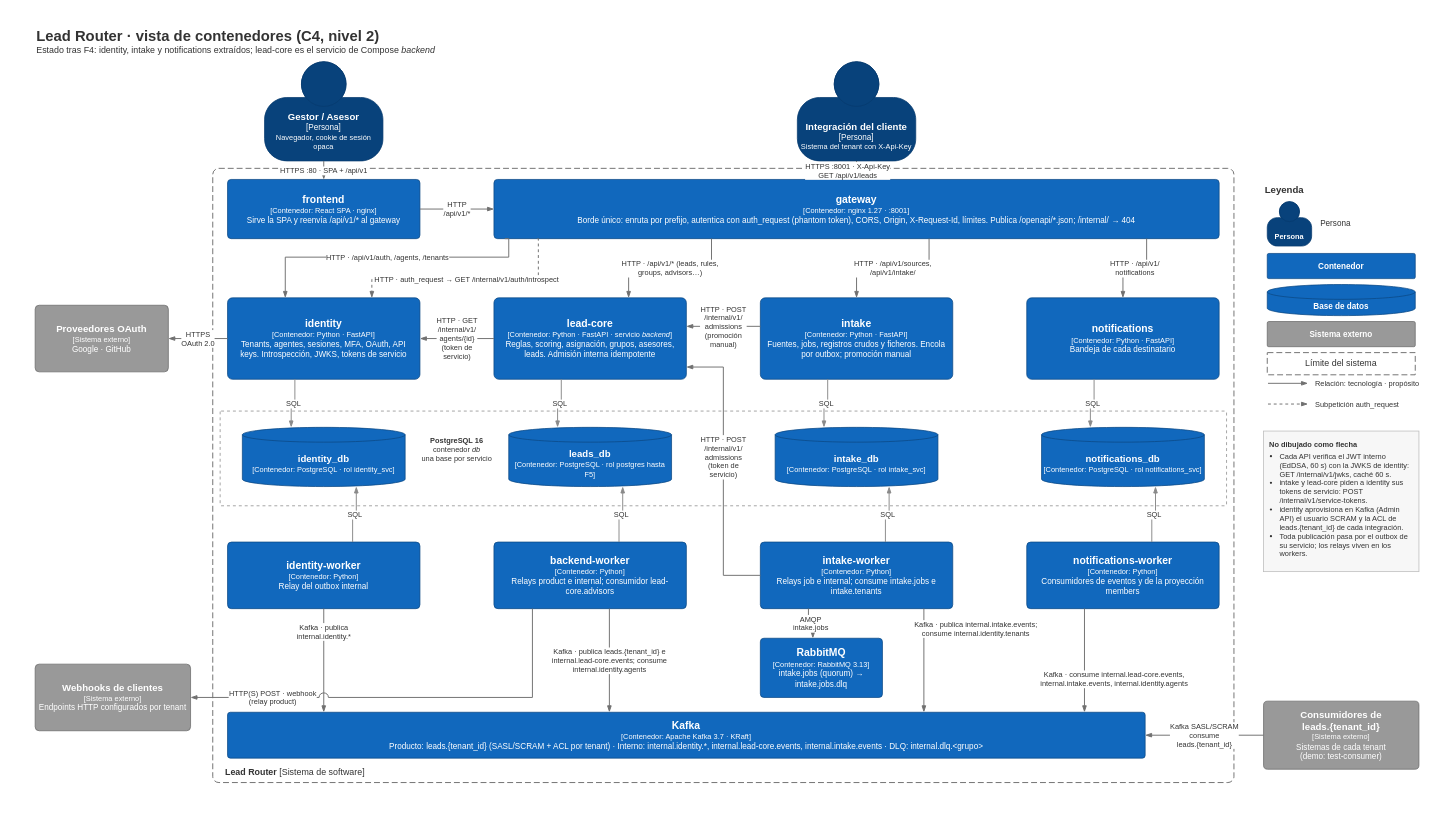
Above: docs/content/microservices/diagramas/c4-contenedores.drawio in MDCIrony/leads-hexa (draw.io), before the change. Source tidied: cells renumbered, new cells numbered last; positions are measured from the earlier drawing's top-left corner, leaving out a move shared by most shapes. Both pictures are drawn from the tidied source at 74%, with x=0, y=0 at pixel (13, 13).
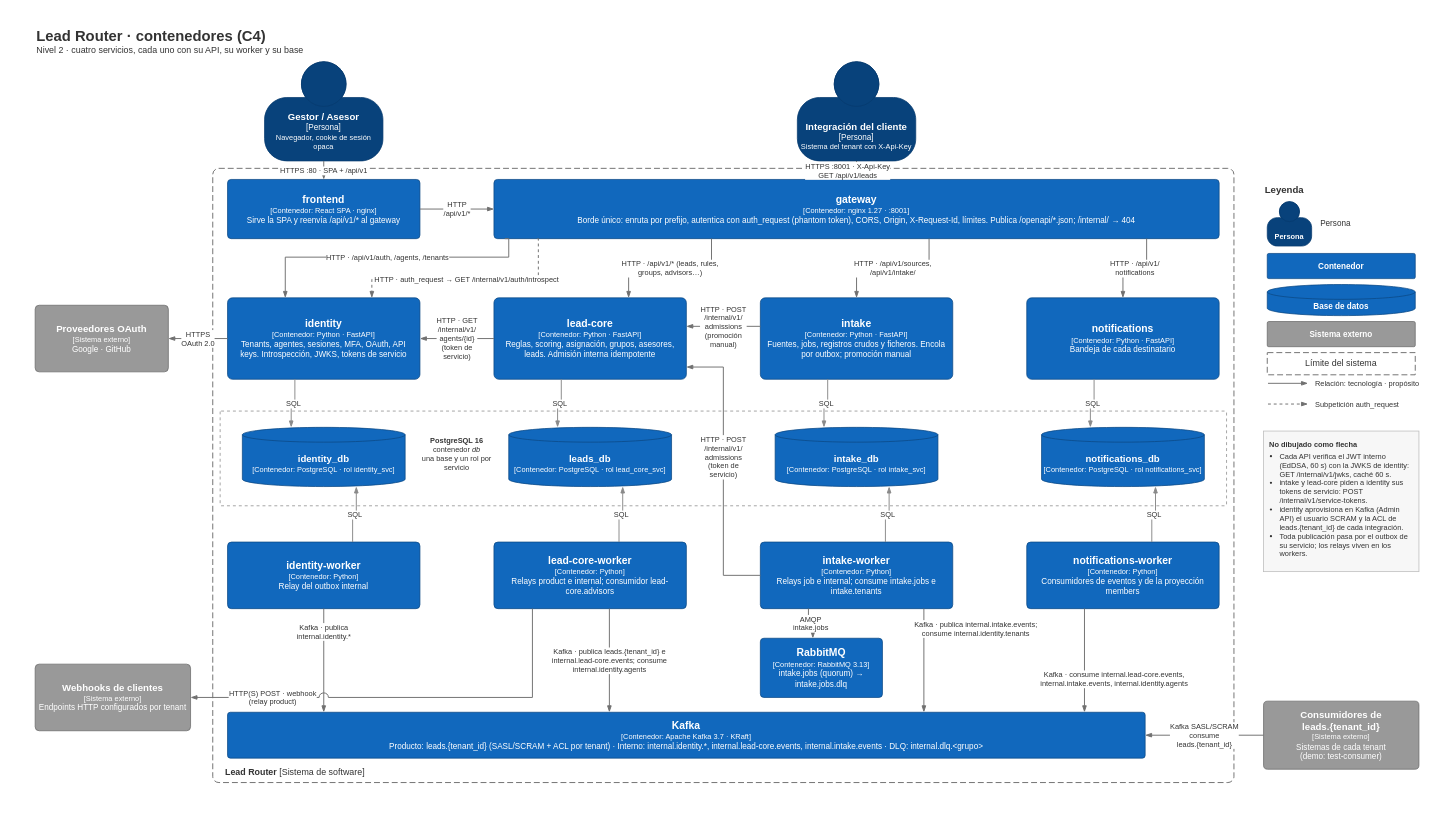
The same diagram, later.

Commit message (it also covers changes not shown here):
docs(microservices): diagrams of the final architecture

What changed in the source:
```diff
@@
-    <mxCell id="3" value="&lt;b style='font-size:20px'&gt;Lead Router · vista de contenedores (C4, nivel 2)&lt;/b&gt;&lt;br&gt;&lt;span style='font-size:12px'&gt;Estado tras F4: identity, intake y notifications extraídos; lead-core es el servicio de Compose &lt;i&gt;backend&lt;/i&gt;&lt;/span&gt;" style="fontFamily=Helvetica;text;html=1;whiteSpace=wrap;align=left;verticalAlign=top;fontSize=11;fontColor=#333333;" parent="1" vertex="1">
+    <mxCell id="3" value="&lt;b style='font-size:20px'&gt;Lead Router · contenedores (C4)&lt;/b&gt;&lt;br&gt;&lt;span style='font-size:12px'&gt;Nivel 2 · cuatro servicios, cada uno con su API, su worker y su base&lt;/span&gt;" style="fontFamily=Helvetica;text;html=1;whiteSpace=wrap;align=left;verticalAlign=top;fontSize=11;fontColor=#333333;" parent="1" vertex="1">
       <mxGeometry x="30" y="12" width="900" height="50" as="geometry" />
     </mxCell>
@@
-    <mxCell id="11" value="&lt;b style='font-size:14px'&gt;lead-core&lt;/b&gt;&lt;br&gt;&lt;span style='font-size:10px'&gt;[Contenedor: Python · FastAPI · servicio &lt;i&gt;backend&lt;/i&gt;]&lt;/span&gt;&lt;br&gt;&lt;span style='font-size:11px'&gt;Reglas, scoring, asignación, grupos, asesores, leads. Admisión interna idempotente&lt;/span&gt;" style="fontFamily=Helvetica;rounded=1;whiteSpace=wrap;html=1;fontSize=11;labelBackgroundColor=none;fillColor=#1168BD;fontColor=#ffffff;align=center;arcSize=6;strokeColor=#0B4884;spacing=6;" parent="1" vertex="1">
+    <mxCell id="11" value="&lt;b style='font-size:14px'&gt;lead-core&lt;/b&gt;&lt;br&gt;&lt;span style='font-size:10px'&gt;[Contenedor: Python · FastAPI]&lt;/span&gt;&lt;br&gt;&lt;span style='font-size:11px'&gt;Reglas, scoring, asignación, grupos, asesores, leads. Admisión interna idempotente&lt;/span&gt;" style="fontFamily=Helvetica;rounded=1;whiteSpace=wrap;html=1;fontSize=11;labelBackgroundColor=none;fillColor=#1168BD;fontColor=#ffffff;align=center;arcSize=6;strokeColor=#0B4884;spacing=6;" parent="1" vertex="1">
       <mxGeometry x="650" y="385" width="260" height="110" as="geometry" />
     </mxCell>
@@
-    <mxCell id="15" value="&lt;b&gt;PostgreSQL 16&lt;/b&gt;&lt;br&gt;contenedor &lt;i&gt;db&lt;/i&gt;&lt;br&gt;una base por servicio" style="fontFamily=Helvetica;text;html=1;whiteSpace=wrap;align=left;verticalAlign=top;fontSize=11;fontColor=#333333;fontSize=10;align=center;" parent="1" vertex="1">
+    <mxCell id="15" value="&lt;b&gt;PostgreSQL 16&lt;/b&gt;&lt;br&gt;contenedor &lt;i&gt;db&lt;/i&gt;&lt;br&gt;una base y un rol por servicio" style="fontFamily=Helvetica;text;html=1;whiteSpace=wrap;align=left;verticalAlign=top;fontSize=11;fontColor=#333333;fontSize=10;align=center;" parent="1" vertex="1">
       <mxGeometry x="540" y="566" width="120" height="50" as="geometry" />
     </mxCell>
@@
-    <mxCell id="17" value="&lt;b style='font-size:13px'&gt;leads_db&lt;/b&gt;&lt;br&gt;&lt;span style='font-size:10px'&gt;[Contenedor: PostgreSQL · rol postgres hasta F5]&lt;/span&gt;" style="fontFamily=Helvetica;shape=cylinder3;size=10;whiteSpace=wrap;html=1;boundedLbl=1;rounded=0;labelBackgroundColor=none;fillColor=#1168BD;fontSize=11;fontColor=#ffffff;align=center;strokeColor=#0B4884;" parent="1" vertex="1">
+    <mxCell id="17" value="&lt;b style='font-size:13px'&gt;leads_db&lt;/b&gt;&lt;br&gt;&lt;span style='font-size:10px'&gt;[Contenedor: PostgreSQL · rol lead_core_svc]&lt;/span&gt;" style="fontFamily=Helvetica;shape=cylinder3;size=10;whiteSpace=wrap;html=1;boundedLbl=1;rounded=0;labelBackgroundColor=none;fillColor=#1168BD;fontSize=11;fontColor=#ffffff;align=center;strokeColor=#0B4884;" parent="1" vertex="1">
       <mxGeometry x="670" y="560" width="220" height="80" as="geometry" />
     </mxCell>
@@
-    <mxCell id="21" value="&lt;b style='font-size:14px'&gt;backend-worker&lt;/b&gt;&lt;br&gt;&lt;span style='font-size:10px'&gt;[Contenedor: Python]&lt;/span&gt;&lt;br&gt;&lt;span style='font-size:11px'&gt;Relays product e internal; consumidor lead-core.advisors&lt;/span&gt;" style="fontFamily=Helvetica;rounded=1;whiteSpace=wrap;html=1;fontSize=11;labelBackgroundColor=none;fillColor=#1168BD;fontColor=#ffffff;align=center;arcSize=6;strokeColor=#0B4884;spacing=6;" parent="1" vertex="1">
+    <mxCell id="21" value="&lt;b style='font-size:14px'&gt;lead-core-worker&lt;/b&gt;&lt;br&gt;&lt;span style='font-size:10px'&gt;[Contenedor: Python]&lt;/span&gt;&lt;br&gt;&lt;span style='font-size:11px'&gt;Relays product e internal; consumidor lead-core.advisors&lt;/span&gt;" style="fontFamily=Helvetica;rounded=1;whiteSpace=wrap;html=1;fontSize=11;labelBackgroundColor=none;fillColor=#1168BD;fontColor=#ffffff;align=center;arcSize=6;strokeColor=#0B4884;spacing=6;" parent="1" vertex="1">
       <mxGeometry x="650" y="715" width="260" height="90" as="geometry" />
     </mxCell>
```
